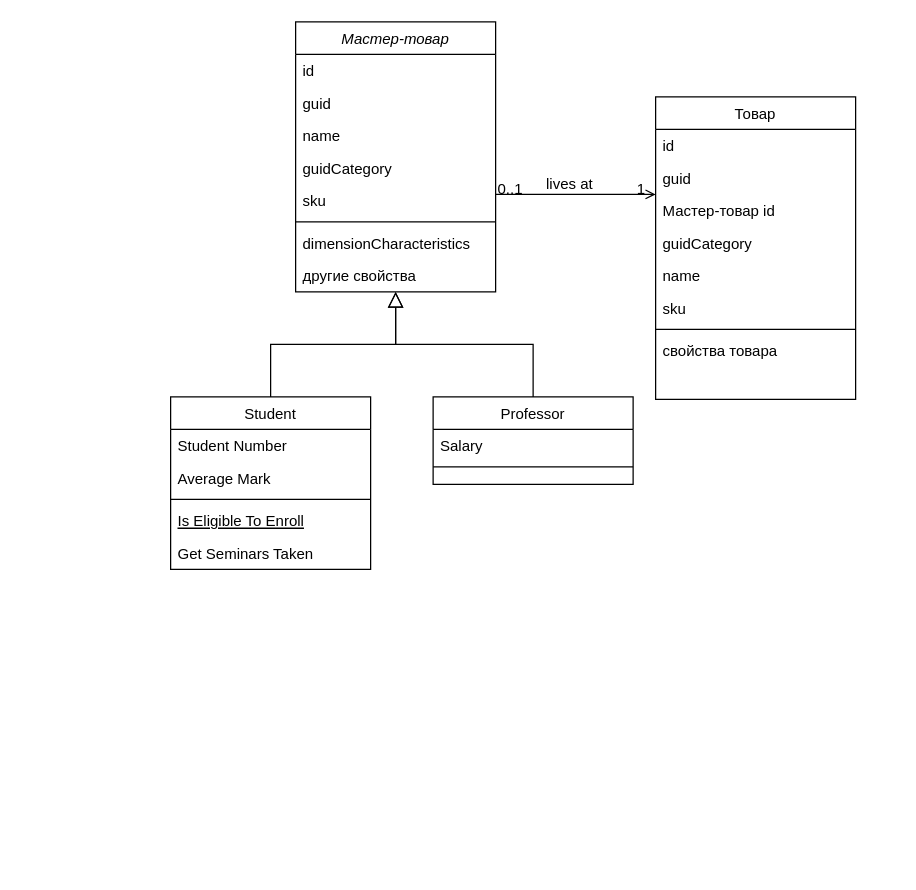
The draw.io diagram base/Untitled Diagram.drawio in vartananastasia/ii, before the edit. Source tidied: cells renumbered, new cells numbered last; positions are measured from the earlier drawing's top-left corner, leaving out a move shared by most shapes. Both pictures are drawn from the tidied source at 125%, with x=0, y=0 at pixel (170, 21).
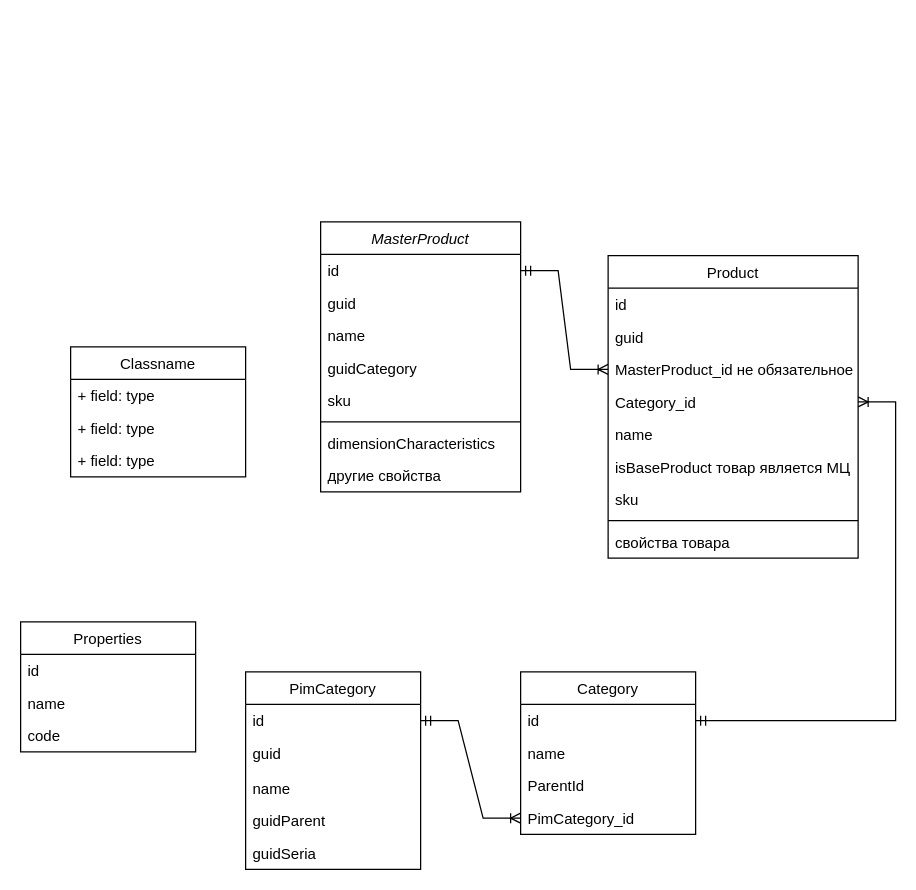
The same diagram, later.

Unchanged cells that the change refers to:
```xml
<mxCell id="3" value="id" style="text;align=left;verticalAlign=top;spacingLeft=4;spacingRight=4;overflow=hidden;points=[[0,0.5],[1,0.5]];portConstraint=eastwest;" parent="2" vertex="1">
  <mxGeometry y="26" width="160" height="26" as="geometry" />
</mxCell>
```

Change to the diagram source:
```diff
@@
-    <mxCell id="2" value="Мастер-товар" style="swimlane;fontStyle=2;align=center;verticalAlign=top;horizontal=1;startSize=26;rounded=0;shadow=0;strokeWidth=1;" parent="1" vertex="1">
-      <mxGeometry x="100" width="160" height="216" as="geometry" />
+    <mxCell id="2" value="MasterProduct" style="swimlane;fontStyle=2;align=center;verticalAlign=top;horizontal=1;startSize=26;rounded=0;shadow=0;strokeWidth=1;" parent="1" vertex="1">
+      <mxGeometry x="120" y="160" width="160" height="216" as="geometry" />
     </mxCell>
@@
-    <mxCell id="11" value="Student" style="swimlane;fontStyle=0;align=center;verticalAlign=top;horizontal=1;startSize=26;rounded=0;shadow=0;strokeWidth=1;" parent="1" vertex="1">
-      <mxGeometry y="300" width="160" height="138" as="geometry" />
-    </mxCell>
-    <mxCell id="12" value="Student Number" style="text;align=left;verticalAlign=top;spacingLeft=4;spacingRight=4;overflow=hidden;" parent="11" vertex="1">
-      <mxGeometry y="26" width="160" height="26" as="geometry" />
-    </mxCell>
-    <mxCell id="13" value="Average Mark" style="text;align=left;verticalAlign=top;spacingLeft=4;spacingRight=4;overflow=hidden;rounded=0;shadow=0;html=0;" parent="11" vertex="1">
-      <mxGeometry y="52" width="160" height="26" as="geometry" />
-    </mxCell>
-    <mxCell id="14" style="line;html=1;strokeWidth=1;align=left;verticalAlign=middle;spacingTop=-1;spacingLeft=3;spacingRight=3;labelPosition=right;" parent="11" vertex="1">
-      <mxGeometry y="78" width="160" height="8" as="geometry" />
-    </mxCell>
-    <mxCell id="15" value="Is Eligible To Enroll" style="text;align=left;verticalAlign=top;spacingLeft=4;spacingRight=4;overflow=hidden;fontStyle=4;" parent="11" vertex="1">
-      <mxGeometry y="86" width="160" height="26" as="geometry" />
-    </mxCell>
-    <mxCell id="16" value="Get Seminars Taken" style="text;align=left;verticalAlign=top;spacingLeft=4;spacingRight=4;overflow=hidden;" parent="11" vertex="1">
-      <mxGeometry y="112" width="160" height="26" as="geometry" />
-    </mxCell>
-    <mxCell id="17" style="endArrow=block;endSize=10;endFill=0;shadow=0;strokeWidth=1;rounded=0;edgeStyle=elbowEdgeStyle;elbow=vertical;" parent="1" edge="1" source="11" target="2">
-      <mxGeometry relative="1" as="geometry" />
-    </mxCell>
-    <mxCell id="18" value="Professor" style="swimlane;fontStyle=0;align=center;verticalAlign=top;horizontal=1;startSize=26;rounded=0;shadow=0;strokeWidth=1;" parent="1" vertex="1">
-      <mxGeometry x="210" y="300" width="160" height="70" as="geometry" />
-    </mxCell>
-    <mxCell id="19" value="Salary" style="text;align=left;verticalAlign=top;spacingLeft=4;spacingRight=4;overflow=hidden;" parent="18" vertex="1">
-      <mxGeometry y="26" width="160" height="26" as="geometry" />
-    </mxCell>
-    <mxCell id="20" style="line;html=1;strokeWidth=1;align=left;verticalAlign=middle;spacingTop=-1;spacingLeft=3;spacingRight=3;labelPosition=right;" parent="18" vertex="1">
-      <mxGeometry y="52" width="160" height="8" as="geometry" />
-    </mxCell>
-    <mxCell id="21" style="endArrow=block;endSize=10;endFill=0;shadow=0;strokeWidth=1;rounded=0;edgeStyle=elbowEdgeStyle;elbow=vertical;" parent="1" edge="1" source="18" target="2">
-      <mxGeometry relative="1" as="geometry" />
-    </mxCell>
-    <mxCell id="22" value="Товар" style="swimlane;fontStyle=0;align=center;verticalAlign=top;horizontal=1;startSize=26;rounded=0;shadow=0;strokeWidth=1;" parent="1" vertex="1">
-      <mxGeometry x="388" y="60" width="160" height="242" as="geometry" />
+    <mxCell id="22" value="Product" style="swimlane;fontStyle=0;align=center;verticalAlign=top;horizontal=1;startSize=26;rounded=0;shadow=0;strokeWidth=1;" parent="1" vertex="1">
+      <mxGeometry x="350" y="187" width="200" height="242" as="geometry" />
     </mxCell>
     <mxCell id="23" value="id" style="text;align=left;verticalAlign=top;spacingLeft=4;spacingRight=4;overflow=hidden;" parent="22" vertex="1">
-      <mxGeometry y="26" width="160" height="26" as="geometry" />
+      <mxGeometry y="26" width="200" height="26" as="geometry" />
     </mxCell>
     <mxCell id="24" value="guid" style="text;align=left;verticalAlign=top;spacingLeft=4;spacingRight=4;overflow=hidden;rounded=0;shadow=0;html=0;" parent="22" vertex="1">
-      <mxGeometry y="52" width="160" height="26" as="geometry" />
+      <mxGeometry y="52" width="200" height="26" as="geometry" />
     </mxCell>
-    <mxCell id="25" value="Мастер-товар id" style="text;align=left;verticalAlign=top;spacingLeft=4;spacingRight=4;overflow=hidden;points=[[0,0.5],[1,0.5]];portConstraint=eastwest;rounded=0;shadow=0;html=0;" parent="22" vertex="1">
-      <mxGeometry y="78" width="160" height="26" as="geometry" />
+    <mxCell id="25" value="MasterProduct_id не обязательное" style="text;align=left;verticalAlign=top;spacingLeft=4;spacingRight=4;overflow=hidden;points=[[0,0.5],[1,0.5]];portConstraint=eastwest;rounded=0;shadow=0;html=0;" parent="22" vertex="1">
+      <mxGeometry y="78" width="200" height="26" as="geometry" />
     </mxCell>
-    <mxCell id="26" value="guidCategory" style="text;align=left;verticalAlign=top;spacingLeft=4;spacingRight=4;overflow=hidden;points=[[0,0.5],[1,0.5]];portConstraint=eastwest;rounded=0;shadow=0;html=0;" parent="22" vertex="1">
-      <mxGeometry y="104" width="160" height="26" as="geometry" />
+    <mxCell id="26" value="Category_id" style="text;align=left;verticalAlign=top;spacingLeft=4;spacingRight=4;overflow=hidden;points=[[0,0.5],[1,0.5]];portConstraint=eastwest;rounded=0;shadow=0;html=0;" parent="22" vertex="1">
+      <mxGeometry y="104" width="200" height="26" as="geometry" />
     </mxCell>
     <mxCell id="27" value="name" style="text;align=left;verticalAlign=top;spacingLeft=4;spacingRight=4;overflow=hidden;rounded=0;shadow=0;html=0;" parent="22" vertex="1">
-      <mxGeometry y="130" width="160" height="26" as="geometry" />
+      <mxGeometry y="130" width="200" height="26" as="geometry" />
     </mxCell>
+    <mxCell id="35" value="isBaseProduct товар является МЦ" style="text;align=left;verticalAlign=top;spacingLeft=4;spacingRight=4;overflow=hidden;rounded=0;shadow=0;html=0;" parent="22" vertex="1">
+      <mxGeometry y="156" width="200" height="26" as="geometry" />
+    </mxCell>
     <mxCell id="28" value="sku" style="text;align=left;verticalAlign=top;spacingLeft=4;spacingRight=4;overflow=hidden;rounded=0;shadow=0;html=0;" parent="22" vertex="1">
-      <mxGeometry y="156" width="160" height="26" as="geometry" />
+      <mxGeometry y="182" width="200" height="26" as="geometry" />
     </mxCell>
     <mxCell id="29" style="line;html=1;strokeWidth=1;align=left;verticalAlign=middle;spacingTop=-1;spacingLeft=3;spacingRight=3;labelPosition=right;" parent="22" vertex="1">
-      <mxGeometry y="182" width="160" height="8" as="geometry" />
+      <mxGeometry y="208" width="200" height="8" as="geometry" />
     </mxCell>
     <mxCell id="30" value="свойства товара" style="text;align=left;verticalAlign=top;spacingLeft=4;spacingRight=4;overflow=hidden;" parent="22" vertex="1">
-      <mxGeometry y="190" width="160" height="26" as="geometry" />
+      <mxGeometry y="216" width="200" height="26" as="geometry" />
     </mxCell>
-    <mxCell id="31" style="endArrow=open;shadow=0;strokeWidth=1;rounded=0;endFill=1;edgeStyle=elbowEdgeStyle;elbow=vertical;" parent="1" edge="1" source="2" target="22">
-      <mxGeometry x="0.5" y="41" relative="1" as="geometry">
-        <mxPoint x="-40" y="32" as="offset" />
-      </mxGeometry>
-    </mxCell>
-    <mxCell id="32" value="0..1" style="align=left;verticalAlign=bottom;labelBackgroundColor=none;fontSize=12;" parent="31" vertex="1">
-      <mxGeometry x="-1" relative="1" as="geometry">
-        <mxPoint y="4" as="offset" />
-      </mxGeometry>
-    </mxCell>
-    <mxCell id="33" value="1" style="align=right;verticalAlign=bottom;labelBackgroundColor=none;fontSize=12;" parent="31" vertex="1">
-      <mxGeometry x="1" relative="1" as="geometry">
-        <mxPoint x="-7" y="4" as="offset" />
-      </mxGeometry>
-    </mxCell>
-    <mxCell id="34" value="lives at" style="text;html=1;align=center;verticalAlign=middle;labelBackgroundColor=none;rounded=0;shadow=0;strokeWidth=1;fontSize=12;" parent="31" vertex="1">
-      <mxGeometry x="0.5" y="49" relative="1" as="geometry">
-        <mxPoint x="-38" y="40" as="offset" />
-      </mxGeometry>
-    </mxCell>
+    <mxCell id="36" value="PimCategory" style="swimlane;fontStyle=0;horizontal=1;startSize=26;fillColor=none;" parent="1" vertex="1">
+      <mxGeometry x="60" y="520" width="140" height="158" as="geometry" />
+    </mxCell>
+    <mxCell id="37" value="id" style="text;strokeColor=none;fillColor=none;align=left;verticalAlign=top;spacingLeft=4;spacingRight=4;overflow=hidden;points=[[0,0.5],[1,0.5]];portConstraint=eastwest;" parent="36" vertex="1">
+      <mxGeometry y="26" width="140" height="26" as="geometry" />
+    </mxCell>
+    <mxCell id="38" value="guid" style="text;strokeColor=none;fillColor=none;align=left;verticalAlign=top;spacingLeft=4;spacingRight=4;overflow=hidden;" parent="36" vertex="1">
+      <mxGeometry y="52" width="140" height="28" as="geometry" />
+    </mxCell>
+    <mxCell id="39" value="name" style="text;strokeColor=none;fillColor=none;align=left;verticalAlign=top;spacingLeft=4;spacingRight=4;overflow=hidden;" parent="36" vertex="1">
+      <mxGeometry y="80" width="140" height="26" as="geometry" />
+    </mxCell>
+    <mxCell id="40" value="guidParent" style="text;strokeColor=none;fillColor=none;align=left;verticalAlign=top;spacingLeft=4;spacingRight=4;overflow=hidden;" parent="36" vertex="1">
+      <mxGeometry y="106" width="140" height="26" as="geometry" />
+    </mxCell>
+    <mxCell id="41" value="guidSeria" style="text;strokeColor=none;fillColor=none;align=left;verticalAlign=top;spacingLeft=4;spacingRight=4;overflow=hidden;" parent="36" vertex="1">
+      <mxGeometry y="132" width="140" height="26" as="geometry" />
+    </mxCell>
+    <mxCell id="42" value="Category" style="swimlane;fontStyle=0;horizontal=1;startSize=26;fillColor=none;" parent="1" vertex="1">
+      <mxGeometry x="280" y="520" width="140" height="130" as="geometry" />
+    </mxCell>
+    <mxCell id="43" value="id" style="text;strokeColor=none;fillColor=none;align=left;verticalAlign=top;spacingLeft=4;spacingRight=4;overflow=hidden;points=[[0,0.5],[1,0.5]];portConstraint=eastwest;" parent="42" vertex="1">
+      <mxGeometry y="26" width="140" height="26" as="geometry" />
+    </mxCell>
+    <mxCell id="44" value="name" style="text;strokeColor=none;fillColor=none;align=left;verticalAlign=top;spacingLeft=4;spacingRight=4;overflow=hidden;" parent="42" vertex="1">
+      <mxGeometry y="52" width="140" height="26" as="geometry" />
+    </mxCell>
+    <mxCell id="45" value="ParentId" style="text;strokeColor=none;fillColor=none;align=left;verticalAlign=top;spacingLeft=4;spacingRight=4;overflow=hidden;" parent="42" vertex="1">
+      <mxGeometry y="78" width="140" height="26" as="geometry" />
+    </mxCell>
+    <mxCell id="46" value="PimCategory_id" style="text;strokeColor=none;fillColor=none;align=left;verticalAlign=top;spacingLeft=4;spacingRight=4;overflow=hidden;points=[[0,0.5],[1,0.5]];portConstraint=eastwest;" parent="42" vertex="1">
+      <mxGeometry y="104" width="140" height="26" as="geometry" />
+    </mxCell>
+    <mxCell id="47" style="edgeStyle=entityRelationEdgeStyle;fontSize=12;html=1;endArrow=ERoneToMany;startArrow=ERmandOne;rounded=0;exitX=1;exitY=0.5;exitDx=0;exitDy=0;entryX=0;entryY=0.5;entryDx=0;entryDy=0;" parent="1" edge="1" source="37" target="46">
+      <mxGeometry relative="1" as="geometry" />
+    </mxCell>
+    <mxCell id="48" style="edgeStyle=entityRelationEdgeStyle;fontSize=12;html=1;endArrow=ERoneToMany;startArrow=ERmandOne;rounded=0;exitX=1;exitY=0.5;exitDx=0;exitDy=0;entryX=0;entryY=0.5;entryDx=0;entryDy=0;" parent="1" edge="1" source="3" target="25">
+      <mxGeometry relative="1" as="geometry" />
+    </mxCell>
+    <mxCell id="49" style="edgeStyle=entityRelationEdgeStyle;fontSize=12;html=1;endArrow=ERoneToMany;startArrow=ERmandOne;rounded=0;exitX=1;exitY=0.5;exitDx=0;exitDy=0;" parent="1" edge="1" source="43" target="26">
+      <mxGeometry relative="1" as="geometry" />
+    </mxCell>
+    <mxCell id="50" value="Properties" style="swimlane;fontStyle=0;horizontal=1;startSize=26;fillColor=none;" parent="1" vertex="1">
+      <mxGeometry x="-120" y="480" width="140" height="104" as="geometry" />
+    </mxCell>
+    <mxCell id="51" value="id" style="text;strokeColor=none;fillColor=none;align=left;verticalAlign=top;spacingLeft=4;spacingRight=4;overflow=hidden;" parent="50" vertex="1">
+      <mxGeometry y="26" width="140" height="26" as="geometry" />
+    </mxCell>
+    <mxCell id="52" value="name" style="text;strokeColor=none;fillColor=none;align=left;verticalAlign=top;spacingLeft=4;spacingRight=4;overflow=hidden;" parent="50" vertex="1">
+      <mxGeometry y="52" width="140" height="26" as="geometry" />
+    </mxCell>
+    <mxCell id="53" value="code" style="text;strokeColor=none;fillColor=none;align=left;verticalAlign=top;spacingLeft=4;spacingRight=4;overflow=hidden;" parent="50" vertex="1">
+      <mxGeometry y="78" width="140" height="26" as="geometry" />
+    </mxCell>
+    <mxCell id="54" value="Classname" style="swimlane;fontStyle=0;horizontal=1;startSize=26;fillColor=none;" parent="1" vertex="1">
+      <mxGeometry x="-80" y="260" width="140" height="104" as="geometry" />
+    </mxCell>
+    <mxCell id="55" value="+ field: type" style="text;strokeColor=none;fillColor=none;align=left;verticalAlign=top;spacingLeft=4;spacingRight=4;overflow=hidden;" parent="54" vertex="1">
+      <mxGeometry y="26" width="140" height="26" as="geometry" />
+    </mxCell>
+    <mxCell id="56" value="+ field: type" style="text;strokeColor=none;fillColor=none;align=left;verticalAlign=top;spacingLeft=4;spacingRight=4;overflow=hidden;" parent="54" vertex="1">
+      <mxGeometry y="52" width="140" height="26" as="geometry" />
+    </mxCell>
+    <mxCell id="57" value="+ field: type" style="text;strokeColor=none;fillColor=none;align=left;verticalAlign=top;spacingLeft=4;spacingRight=4;overflow=hidden;" parent="54" vertex="1">
+      <mxGeometry y="78" width="140" height="26" as="geometry" />
+    </mxCell>
```
